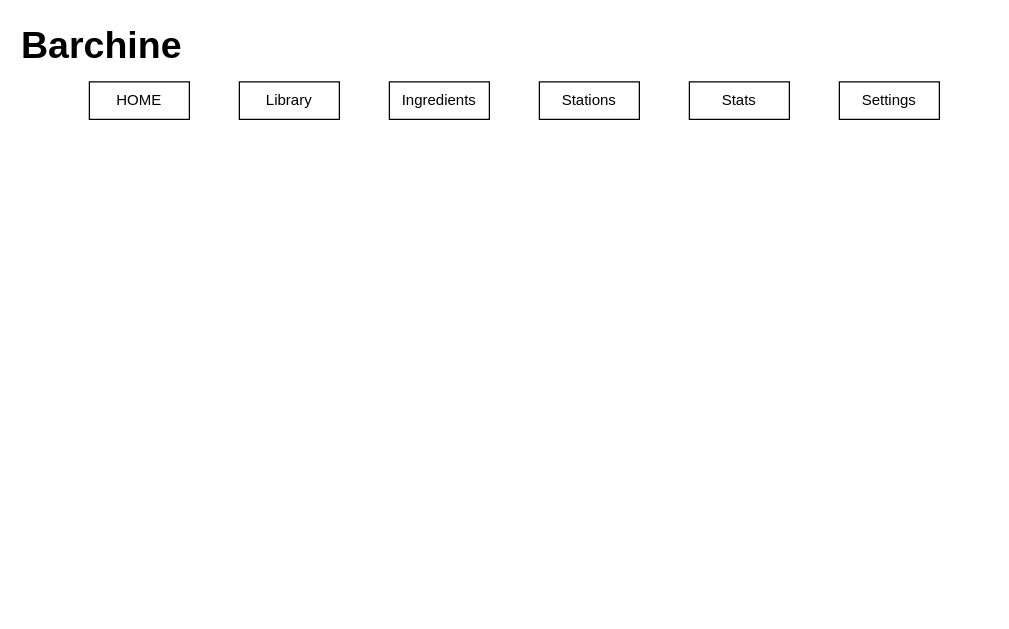
This is page "Library" (2 of 6) of Barchine Layouts.drawio from IcyMint/Barchine, a draw.io file, before an edit. Source tidied: cells renumbered, new cells numbered last; positions are measured from the earlier drawing's top-left corner, leaving out a move shared by most shapes. Both pictures are drawn from the tidied source at 125%, with x=0, y=0 at pixel (76, 31).
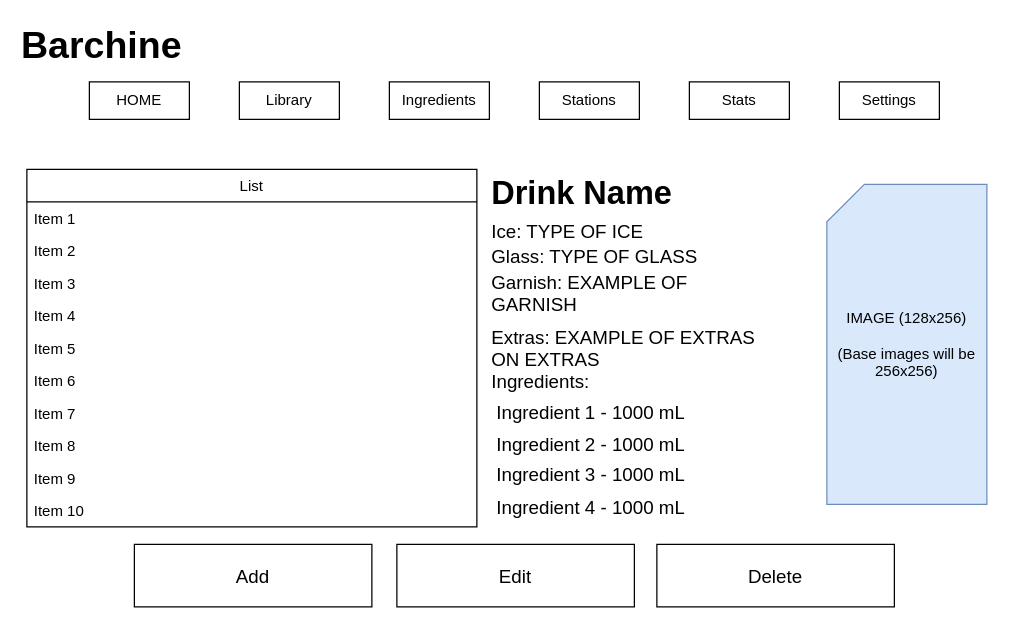
The same page after the edit.

Diff of the diagram source:
```diff
@@
+    <mxCell id="9" value="List" style="swimlane;fontStyle=0;horizontal=1;startSize=26;fillColor=none;swimlaneFillColor=none;align=center;" parent="1" vertex="1">
+      <mxGeometry x="-40" y="110" width="360" height="286" as="geometry" />
+    </mxCell>
+    <mxCell id="10" value="Item 1" style="text;strokeColor=none;fillColor=none;align=left;verticalAlign=top;spacingLeft=4;spacingRight=4;overflow=hidden;" parent="9" vertex="1">
+      <mxGeometry y="26" width="360" height="26" as="geometry" />
+    </mxCell>
+    <mxCell id="11" value="Item 2" style="text;strokeColor=none;fillColor=none;align=left;verticalAlign=top;spacingLeft=4;spacingRight=4;overflow=hidden;" parent="9" vertex="1">
+      <mxGeometry y="52" width="360" height="26" as="geometry" />
+    </mxCell>
+    <mxCell id="12" value="Item 3" style="text;strokeColor=none;fillColor=none;align=left;verticalAlign=top;spacingLeft=4;spacingRight=4;overflow=hidden;" parent="9" vertex="1">
+      <mxGeometry y="78" width="360" height="26" as="geometry" />
+    </mxCell>
+    <mxCell id="13" value="Item 4&#10;" style="text;strokeColor=none;fillColor=none;align=left;verticalAlign=top;spacingLeft=4;spacingRight=4;overflow=hidden;" parent="9" vertex="1">
+      <mxGeometry y="104" width="360" height="26" as="geometry" />
+    </mxCell>
+    <mxCell id="14" value="Item 5" style="text;strokeColor=none;fillColor=none;align=left;verticalAlign=top;spacingLeft=4;spacingRight=4;overflow=hidden;" parent="9" vertex="1">
+      <mxGeometry y="130" width="360" height="26" as="geometry" />
+    </mxCell>
+    <mxCell id="15" value="Item 6" style="text;strokeColor=none;fillColor=none;align=left;verticalAlign=top;spacingLeft=4;spacingRight=4;overflow=hidden;" parent="9" vertex="1">
+      <mxGeometry y="156" width="360" height="26" as="geometry" />
+    </mxCell>
+    <mxCell id="16" value="Item 7" style="text;strokeColor=none;fillColor=none;align=left;verticalAlign=top;spacingLeft=4;spacingRight=4;overflow=hidden;" parent="9" vertex="1">
+      <mxGeometry y="182" width="360" height="26" as="geometry" />
+    </mxCell>
+    <mxCell id="17" value="Item 8" style="text;strokeColor=none;fillColor=none;align=left;verticalAlign=top;spacingLeft=4;spacingRight=4;overflow=hidden;" parent="9" vertex="1">
+      <mxGeometry y="208" width="360" height="26" as="geometry" />
+    </mxCell>
+    <mxCell id="18" value="Item 9" style="text;strokeColor=none;fillColor=none;align=left;verticalAlign=top;spacingLeft=4;spacingRight=4;overflow=hidden;" parent="9" vertex="1">
+      <mxGeometry y="234" width="360" height="26" as="geometry" />
+    </mxCell>
+    <mxCell id="19" value="Item 10" style="text;strokeColor=none;fillColor=none;align=left;verticalAlign=top;spacingLeft=4;spacingRight=4;overflow=hidden;" parent="9" vertex="1">
+      <mxGeometry y="260" width="360" height="26" as="geometry" />
+    </mxCell>
+    <mxCell id="20" value="IMAGE (128x256)&lt;br&gt;&lt;br&gt;(Base images will be 256x256)" style="shape=card;whiteSpace=wrap;html=1;fillColor=#dae8fc;align=center;strokeColor=#6c8ebf;" parent="1" vertex="1">
+      <mxGeometry x="600" y="122" width="128" height="256" as="geometry" />
+    </mxCell>
+    <mxCell id="21" value="&lt;font size=&quot;1&quot;&gt;&lt;b style=&quot;font-size: 26px&quot;&gt;Drink Name&lt;/b&gt;&lt;/font&gt;" style="text;html=1;strokeColor=none;fillColor=none;align=left;verticalAlign=middle;whiteSpace=wrap;rounded=0;" parent="1" vertex="1">
+      <mxGeometry x="330" y="109" width="230" height="40" as="geometry" />
+    </mxCell>
+    <mxCell id="22" value="&lt;font style=&quot;font-size: 15px&quot;&gt;Ice: TYPE OF ICE&lt;/font&gt;" style="text;html=1;strokeColor=none;fillColor=none;align=left;verticalAlign=middle;whiteSpace=wrap;rounded=0;" parent="1" vertex="1">
+      <mxGeometry x="330" y="149" width="190" height="20" as="geometry" />
+    </mxCell>
+    <mxCell id="23" value="&lt;font style=&quot;font-size: 15px&quot;&gt;Glass: TYPE OF GLASS&lt;/font&gt;" style="text;html=1;strokeColor=none;fillColor=none;align=left;verticalAlign=middle;whiteSpace=wrap;rounded=0;" parent="1" vertex="1">
+      <mxGeometry x="330" y="169" width="230" height="20" as="geometry" />
+    </mxCell>
+    <mxCell id="24" value="&lt;font style=&quot;font-size: 15px&quot;&gt;Garnish: EXAMPLE OF GARNISH&lt;/font&gt;" style="text;html=1;strokeColor=none;fillColor=none;align=left;verticalAlign=middle;whiteSpace=wrap;rounded=0;" parent="1" vertex="1">
+      <mxGeometry x="330" y="189" width="230" height="40" as="geometry" />
+    </mxCell>
+    <mxCell id="25" value="&lt;font style=&quot;font-size: 15px&quot;&gt;Extras: EXAMPLE OF EXTRAS&lt;br&gt;ON EXTRAS&lt;/font&gt;" style="text;html=1;align=left;" parent="1" vertex="1">
+      <mxGeometry x="330" y="229" width="230" height="40" as="geometry" />
+    </mxCell>
+    <mxCell id="26" value="&lt;font style=&quot;font-size: 15px&quot;&gt;Ingredients:&lt;/font&gt;" style="text;html=1;strokeColor=none;fillColor=none;align=left;verticalAlign=middle;whiteSpace=wrap;rounded=0;" parent="1" vertex="1">
+      <mxGeometry x="330" y="269" width="120" height="20" as="geometry" />
+    </mxCell>
+    <mxCell id="27" value="Ingredient 1 - 1000 mL" style="text;strokeColor=none;fillColor=none;align=left;verticalAlign=top;spacingLeft=4;spacingRight=4;overflow=hidden;fontSize=15;" parent="1" vertex="1">
+      <mxGeometry x="330" y="289" width="160" height="26" as="geometry" />
+    </mxCell>
+    <mxCell id="28" value="Ingredient 2 - 1000 mL" style="text;strokeColor=none;fillColor=none;align=left;verticalAlign=top;spacingLeft=4;spacingRight=4;overflow=hidden;fontSize=15;" parent="1" vertex="1">
+      <mxGeometry x="330" y="315" width="160" height="26" as="geometry" />
+    </mxCell>
+    <mxCell id="29" value="Ingredient 3 - 1000 mL" style="text;strokeColor=none;fillColor=none;align=left;verticalAlign=top;spacingLeft=4;spacingRight=4;overflow=hidden;fontSize=15;" parent="1" vertex="1">
+      <mxGeometry x="330" y="339" width="160" height="26" as="geometry" />
+    </mxCell>
+    <mxCell id="30" value="Ingredient 4 - 1000 mL" style="text;strokeColor=none;fillColor=none;align=left;verticalAlign=top;spacingLeft=4;spacingRight=4;overflow=hidden;fontSize=15;" parent="1" vertex="1">
+      <mxGeometry x="330" y="365" width="160" height="26" as="geometry" />
+    </mxCell>
+    <mxCell id="31" value="&lt;font style=&quot;font-size: 15px&quot;&gt;Edit&lt;/font&gt;" style="rounded=0;whiteSpace=wrap;html=1;fillColor=none;" parent="1" vertex="1">
+      <mxGeometry x="256" y="410" width="190" height="50" as="geometry" />
+    </mxCell>
+    <mxCell id="32" value="&lt;font style=&quot;font-size: 15px&quot;&gt;Delete&lt;/font&gt;" style="rounded=0;whiteSpace=wrap;html=1;fillColor=none;" parent="1" vertex="1">
+      <mxGeometry x="464" y="410" width="190" height="50" as="geometry" />
+    </mxCell>
+    <mxCell id="33" value="&lt;font style=&quot;font-size: 15px&quot;&gt;Add&lt;/font&gt;" style="rounded=0;whiteSpace=wrap;html=1;fillColor=none;" parent="1" vertex="1">
+      <mxGeometry x="46" y="410" width="190" height="50" as="geometry" />
+    </mxCell>
```
